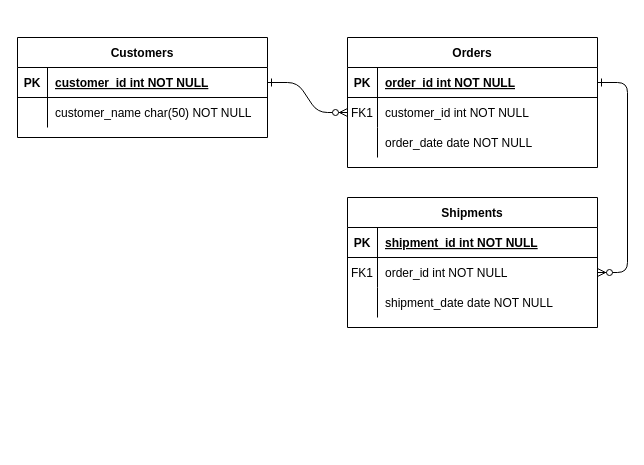
Above: Untitled Diagram.drawio in tsuyuni/pj_ETM (draw.io), before the change. Source tidied: cells renumbered, new cells numbered last; positions are measured from the earlier drawing's top-left corner, leaving out a move shared by most shapes. Both pictures are drawn from the tidied source at 100%, with x=0, y=0 at pixel (17, 37).
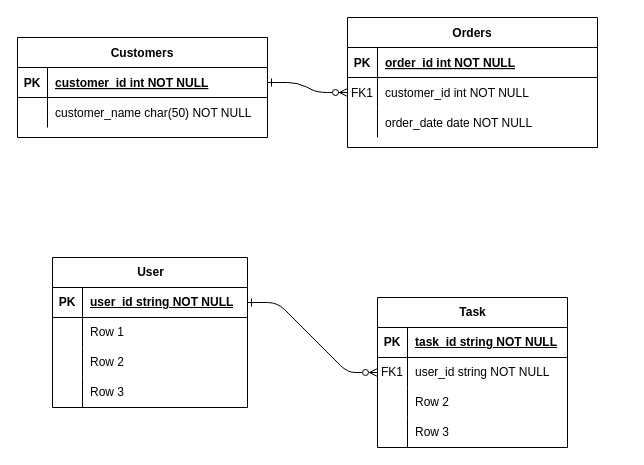
After the change.

Unchanged cells that the change refers to:
```xml
<mxCell id="5" style="shape=partialRectangle;fillColor=none;points=[[0,0.5],[1,0.5]];portConstraint=eastwest;top=0;left=0;right=0;bottom=1;" parent="4" vertex="1">
  <mxGeometry y="30" width="250" height="30" as="geometry" />
</mxCell>
```

Change to the diagram source:
```diff
@@
-    <mxCell id="3" style="edgeStyle=entityRelationEdgeStyle;endArrow=ERzeroToMany;startArrow=ERone;endFill=1;startFill=0;" parent="1" edge="1" source="5" target="18">
-      <mxGeometry relative="1" as="geometry" />
-    </mxCell>
     <mxCell id="4" value="Orders" style="shape=table;startSize=30;childLayout=tableLayout;rowLines=0;fontStyle=1;align=center;" parent="1" vertex="1">
-      <mxGeometry x="330" width="250" height="130" as="geometry" />
+      <mxGeometry x="330" y="-20" width="250" height="130" as="geometry" />
     </mxCell>
@@
-    <mxCell id="14" value="Shipments" style="shape=table;startSize=30;childLayout=tableLayout;rowLines=0;fontStyle=1;align=center;" parent="1" vertex="1">
-      <mxGeometry x="330" y="160" width="250" height="130" as="geometry" />
-    </mxCell>
-    <mxCell id="15" style="shape=partialRectangle;fillColor=none;top=0;left=0;right=0;bottom=1;" parent="14" vertex="1">
-      <mxGeometry y="30" width="250" height="30" as="geometry" />
-    </mxCell>
-    <mxCell id="16" value="PK" style="shape=partialRectangle;overflow=hidden;fillColor=none;top=0;left=0;bottom=0;right=0;fontStyle=1;" parent="15" vertex="1">
-      <mxGeometry width="30" height="30" as="geometry" />
-    </mxCell>
-    <mxCell id="17" value="shipment_id int NOT NULL " style="shape=partialRectangle;overflow=hidden;fillColor=none;top=0;left=0;bottom=0;right=0;align=left;spacingLeft=6;fontStyle=5;" parent="15" vertex="1">
-      <mxGeometry x="30" width="220" height="30" as="geometry" />
-    </mxCell>
-    <mxCell id="18" style="shape=partialRectangle;fillColor=none;points=[[0,0.5],[1,0.5]];portConstraint=eastwest;top=0;left=0;right=0;bottom=0;" parent="14" vertex="1">
-      <mxGeometry y="60" width="250" height="30" as="geometry" />
-    </mxCell>
-    <mxCell id="19" value="FK1" style="shape=partialRectangle;overflow=hidden;fillColor=none;top=0;left=0;bottom=0;right=0;" parent="18" vertex="1">
-      <mxGeometry width="30" height="30" as="geometry" />
-    </mxCell>
-    <mxCell id="20" value="order_id int NOT NULL" style="shape=partialRectangle;overflow=hidden;fillColor=none;top=0;left=0;bottom=0;right=0;align=left;spacingLeft=6;" parent="18" vertex="1">
-      <mxGeometry x="30" width="220" height="30" as="geometry" />
-    </mxCell>
-    <mxCell id="21" style="shape=partialRectangle;fillColor=none;top=0;left=0;right=0;bottom=0;" parent="14" vertex="1">
-      <mxGeometry y="90" width="250" height="30" as="geometry" />
-    </mxCell>
-    <mxCell id="22" style="shape=partialRectangle;overflow=hidden;fillColor=none;top=0;left=0;bottom=0;right=0;" parent="21" vertex="1">
-      <mxGeometry width="30" height="30" as="geometry" />
-    </mxCell>
-    <mxCell id="23" value="shipment_date date NOT NULL" style="shape=partialRectangle;overflow=hidden;fillColor=none;top=0;left=0;bottom=0;right=0;align=left;spacingLeft=6;" parent="21" vertex="1">
-      <mxGeometry x="30" width="220" height="30" as="geometry" />
-    </mxCell>
@@
+    <mxCell id="31" value="User" style="shape=table;startSize=30;childLayout=tableLayout;rowLines=0;fontStyle=1;align=center;html=1;" parent="1" vertex="1">
+      <mxGeometry x="35" y="220" width="195" height="150" as="geometry" />
+    </mxCell>
+    <mxCell id="32" style="shape=tableRow;horizontal=0;startSize=0;swimlaneHead=0;swimlaneBody=0;fillColor=none;points=[[0,0.5],[1,0.5]];portConstraint=eastwest;top=0;left=0;right=0;bottom=1;" parent="31" vertex="1">
+      <mxGeometry y="30" width="195" height="30" as="geometry" />
+    </mxCell>
+    <mxCell id="33" value="PK" style="shape=partialRectangle;fillColor=none;top=0;left=0;bottom=0;right=0;fontStyle=1;overflow=hidden;whiteSpace=wrap;html=1;" parent="32" vertex="1">
+      <mxGeometry width="30" height="30" as="geometry" />
+    </mxCell>
+    <mxCell id="34" value="user_id string NOT NULL" style="shape=partialRectangle;fillColor=none;top=0;left=0;bottom=0;right=0;align=left;spacingLeft=6;fontStyle=5;overflow=hidden;whiteSpace=wrap;html=1;" parent="32" vertex="1">
+      <mxGeometry x="30" width="165" height="30" as="geometry" />
+    </mxCell>
+    <mxCell id="35" style="shape=tableRow;horizontal=0;startSize=0;swimlaneHead=0;swimlaneBody=0;fillColor=none;top=0;left=0;right=0;bottom=0;" parent="31" vertex="1">
+      <mxGeometry y="60" width="195" height="30" as="geometry" />
+    </mxCell>
+    <mxCell id="36" style="shape=partialRectangle;fillColor=none;top=0;left=0;bottom=0;right=0;overflow=hidden;whiteSpace=wrap;html=1;" parent="35" vertex="1">
+      <mxGeometry width="30" height="30" as="geometry" />
+    </mxCell>
+    <mxCell id="37" value="Row 1" style="shape=partialRectangle;fillColor=none;top=0;left=0;bottom=0;right=0;align=left;spacingLeft=6;overflow=hidden;whiteSpace=wrap;html=1;" parent="35" vertex="1">
+      <mxGeometry x="30" width="165" height="30" as="geometry" />
+    </mxCell>
+    <mxCell id="38" style="shape=tableRow;horizontal=0;startSize=0;swimlaneHead=0;swimlaneBody=0;fillColor=none;top=0;left=0;right=0;bottom=0;" parent="31" vertex="1">
+      <mxGeometry y="90" width="195" height="30" as="geometry" />
+    </mxCell>
+    <mxCell id="39" style="shape=partialRectangle;fillColor=none;top=0;left=0;bottom=0;right=0;overflow=hidden;whiteSpace=wrap;html=1;" parent="38" vertex="1">
+      <mxGeometry width="30" height="30" as="geometry" />
+    </mxCell>
+    <mxCell id="40" value="Row 2" style="shape=partialRectangle;fillColor=none;top=0;left=0;bottom=0;right=0;align=left;spacingLeft=6;overflow=hidden;whiteSpace=wrap;html=1;" parent="38" vertex="1">
+      <mxGeometry x="30" width="165" height="30" as="geometry" />
+    </mxCell>
+    <mxCell id="41" style="shape=tableRow;horizontal=0;startSize=0;swimlaneHead=0;swimlaneBody=0;fillColor=none;top=0;left=0;right=0;bottom=0;" parent="31" vertex="1">
+      <mxGeometry y="120" width="195" height="30" as="geometry" />
+    </mxCell>
+    <mxCell id="42" style="shape=partialRectangle;fillColor=none;top=0;left=0;bottom=0;right=0;overflow=hidden;whiteSpace=wrap;html=1;" parent="41" vertex="1">
+      <mxGeometry width="30" height="30" as="geometry" />
+    </mxCell>
+    <mxCell id="43" value="Row 3" style="shape=partialRectangle;fillColor=none;top=0;left=0;bottom=0;right=0;align=left;spacingLeft=6;overflow=hidden;whiteSpace=wrap;html=1;" parent="41" vertex="1">
+      <mxGeometry x="30" width="165" height="30" as="geometry" />
+    </mxCell>
+    <mxCell id="44" value="Task" style="shape=table;startSize=30;childLayout=tableLayout;rowLines=0;fontStyle=1;align=center;html=1;" parent="1" vertex="1">
+      <mxGeometry x="360" y="260" width="190" height="150" as="geometry" />
+    </mxCell>
+    <mxCell id="45" style="shape=tableRow;horizontal=0;startSize=0;swimlaneHead=0;swimlaneBody=0;fillColor=none;top=0;left=0;right=0;bottom=1;" parent="44" vertex="1">
+      <mxGeometry y="30" width="190" height="30" as="geometry" />
+    </mxCell>
+    <mxCell id="46" value="PK" style="shape=partialRectangle;fillColor=none;top=0;left=0;bottom=0;right=0;fontStyle=1;overflow=hidden;whiteSpace=wrap;html=1;" parent="45" vertex="1">
+      <mxGeometry width="30" height="30" as="geometry" />
+    </mxCell>
+    <mxCell id="47" value="task_id string NOT NULL" style="shape=partialRectangle;fillColor=none;top=0;left=0;bottom=0;right=0;align=left;spacingLeft=6;fontStyle=5;overflow=hidden;whiteSpace=wrap;html=1;" parent="45" vertex="1">
+      <mxGeometry x="30" width="160" height="30" as="geometry" />
+    </mxCell>
+    <mxCell id="48" style="shape=tableRow;horizontal=0;startSize=0;swimlaneHead=0;swimlaneBody=0;fillColor=none;points=[[0,0.5],[1,0.5]];portConstraint=eastwest;top=0;left=0;right=0;bottom=0;" parent="44" vertex="1">
+      <mxGeometry y="60" width="190" height="30" as="geometry" />
+    </mxCell>
+    <mxCell id="19" value="FK1" style="shape=partialRectangle;fillColor=none;top=0;left=0;bottom=0;right=0;overflow=hidden;whiteSpace=wrap;html=1;" parent="48" vertex="1">
+      <mxGeometry width="30" height="30" as="geometry" />
+    </mxCell>
+    <mxCell id="49" value="user_id string NOT NULL" style="shape=partialRectangle;fillColor=none;top=0;left=0;bottom=0;right=0;align=left;spacingLeft=6;overflow=hidden;whiteSpace=wrap;html=1;" parent="48" vertex="1">
+      <mxGeometry x="30" width="160" height="30" as="geometry" />
+    </mxCell>
+    <mxCell id="50" style="shape=tableRow;horizontal=0;startSize=0;swimlaneHead=0;swimlaneBody=0;fillColor=none;top=0;left=0;right=0;bottom=0;" parent="44" vertex="1">
+      <mxGeometry y="90" width="190" height="30" as="geometry" />
+    </mxCell>
+    <mxCell id="51" style="shape=partialRectangle;fillColor=none;top=0;left=0;bottom=0;right=0;overflow=hidden;whiteSpace=wrap;html=1;" parent="50" vertex="1">
+      <mxGeometry width="30" height="30" as="geometry" />
+    </mxCell>
+    <mxCell id="52" value="Row 2" style="shape=partialRectangle;fillColor=none;top=0;left=0;bottom=0;right=0;align=left;spacingLeft=6;overflow=hidden;whiteSpace=wrap;html=1;" parent="50" vertex="1">
+      <mxGeometry x="30" width="160" height="30" as="geometry" />
+    </mxCell>
+    <mxCell id="53" style="shape=tableRow;horizontal=0;startSize=0;swimlaneHead=0;swimlaneBody=0;fillColor=none;top=0;left=0;right=0;bottom=0;" parent="44" vertex="1">
+      <mxGeometry y="120" width="190" height="30" as="geometry" />
+    </mxCell>
+    <mxCell id="54" style="shape=partialRectangle;fillColor=none;top=0;left=0;bottom=0;right=0;overflow=hidden;whiteSpace=wrap;html=1;" parent="53" vertex="1">
+      <mxGeometry width="30" height="30" as="geometry" />
+    </mxCell>
+    <mxCell id="55" value="Row 3" style="shape=partialRectangle;fillColor=none;top=0;left=0;bottom=0;right=0;align=left;spacingLeft=6;overflow=hidden;whiteSpace=wrap;html=1;" parent="53" vertex="1">
+      <mxGeometry x="30" width="160" height="30" as="geometry" />
+    </mxCell>
+    <mxCell id="56" style="edgeStyle=entityRelationEdgeStyle;rounded=1;jettySize=auto;html=1;exitX=1;exitY=0.5;exitDx=0;exitDy=0;endArrow=ERzeroToMany;endFill=0;startArrow=ERone;startFill=0;entryX=0;entryY=0.5;entryDx=0;entryDy=0;" parent="1" edge="1" source="32" target="48">
+      <mxGeometry relative="1" as="geometry" />
+    </mxCell>
```
